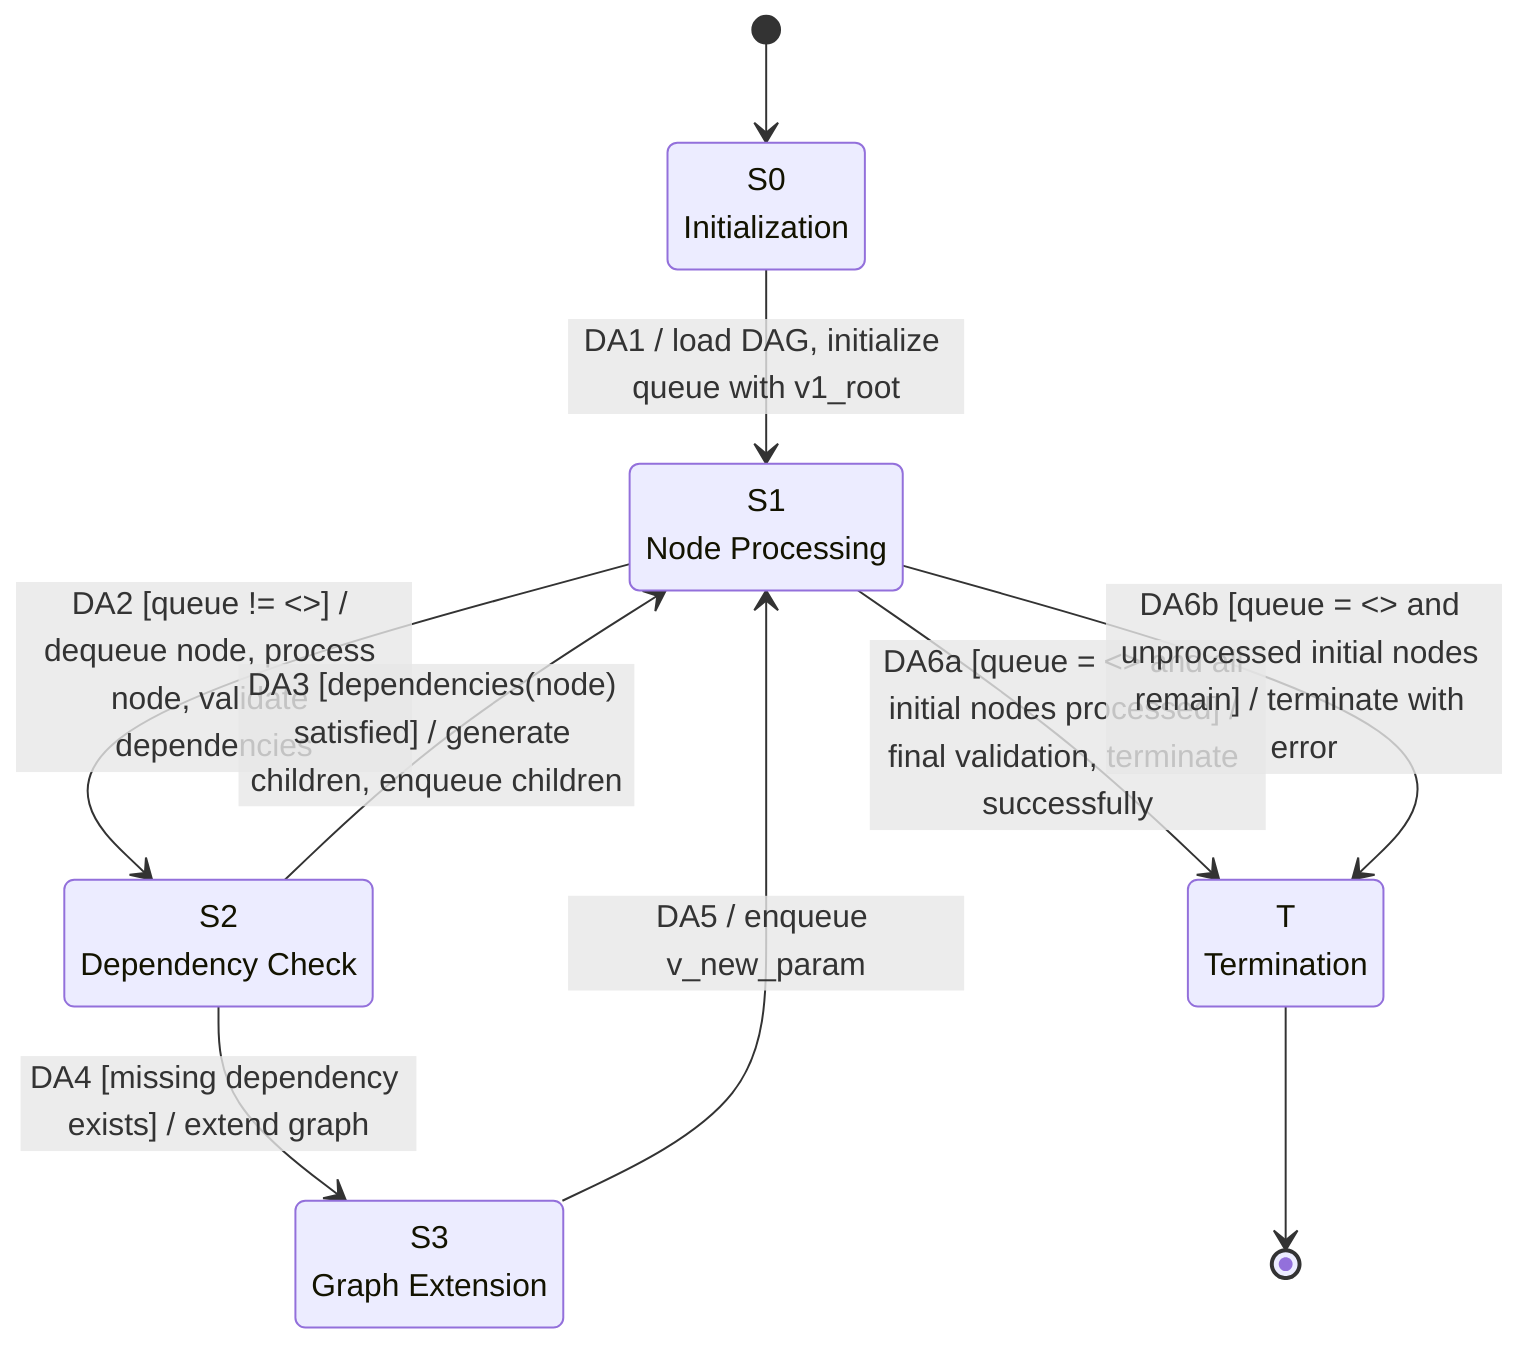
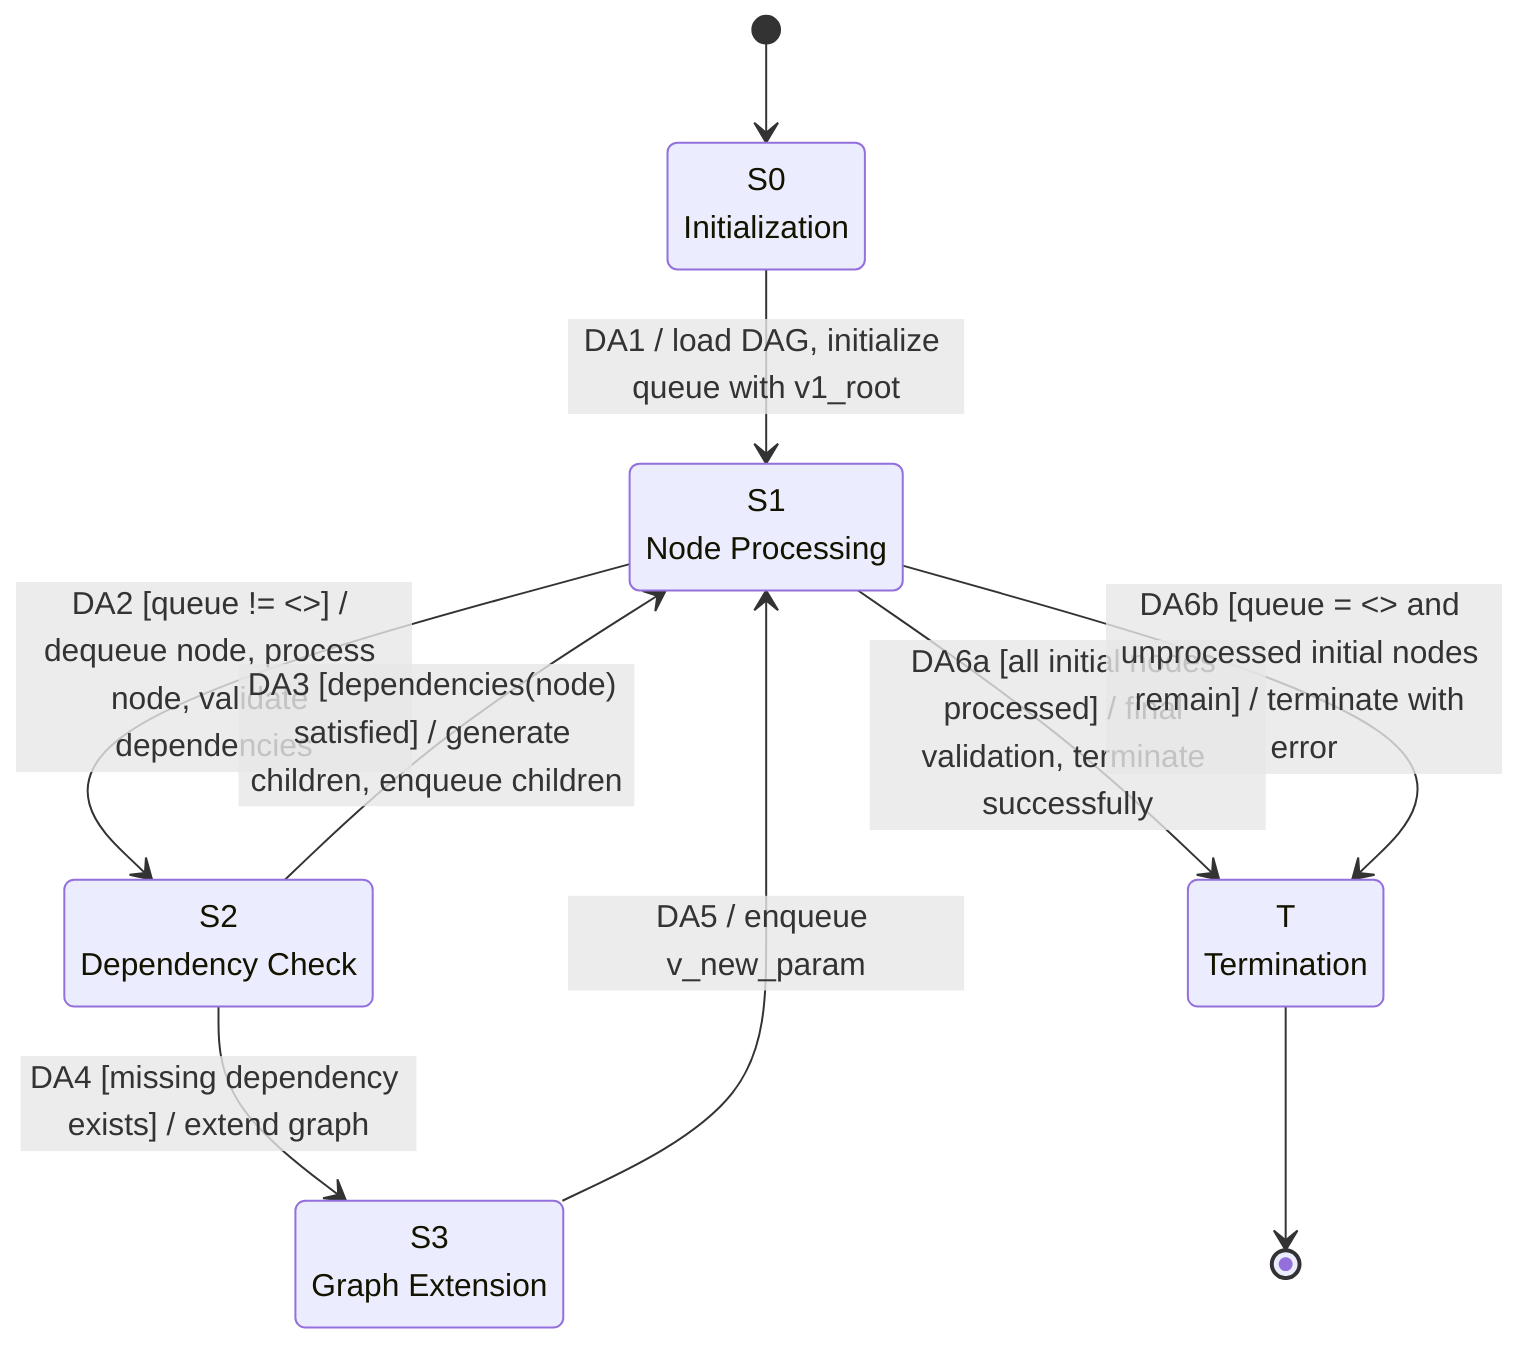
stateDiagram-v2
    direction TB

    [*] --> S0

    state "S0<br/>Initialization" as S0
    state "S1<br/>Node Processing" as S1
    state "S2<br/>Dependency Check" as S2
    state "S3<br/>Graph Extension" as S3
    state "T<br/>Termination" as T

    S0 --> S1 : DA1 / load DAG, initialize queue with v1_root

    S1 --> S2 : DA2 [queue != <>] / dequeue node, process node, validate dependencies

    S2 --> S1 : DA3 [dependencies(node) satisfied] / generate children, enqueue children
    S2 --> S3 : DA4 [missing dependency exists] / extend graph

    S3 --> S1 : DA5 / enqueue v_new_param

-     S1 --> T : DA6a [queue = <> and all initial nodes processed] / final validation, terminate successfully
+     S1 --> T : DA6a [all initial nodes processed] / final validation, terminate successfully
    S1 --> T : DA6b [queue = <> and unprocessed initial nodes remain] / terminate with error

    T --> [*]
